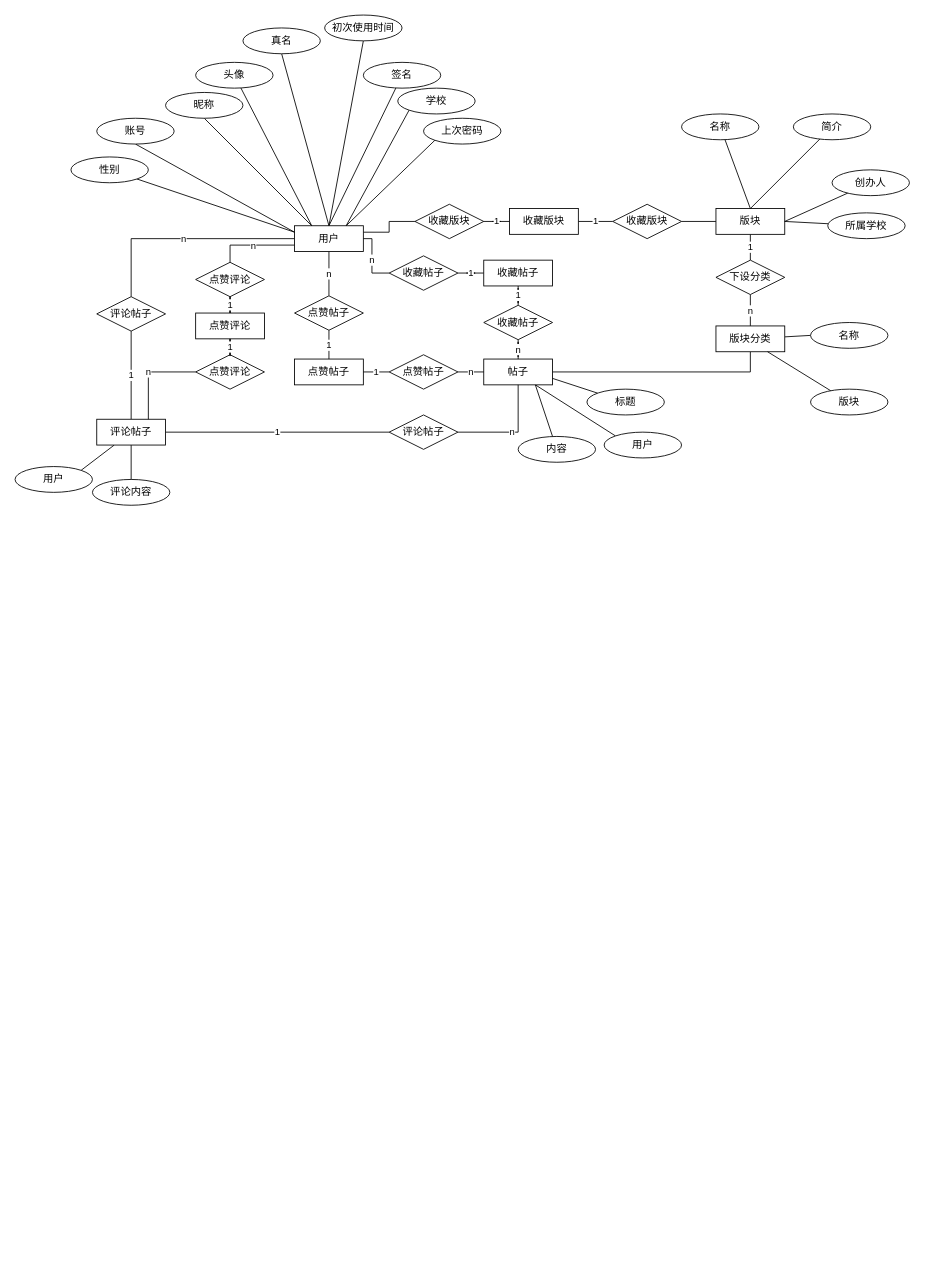
This is public/ER图.drawio from CodeMonkeyJeffGT/youBack, a draw.io file, before an edit. Source tidied: cells renumbered, new cells numbered last; positions are measured from the earlier drawing's top-left corner, leaving out a move shared by most shapes. Both pictures are drawn from the tidied source at 86%, with x=0, y=0 at pixel (15, 15).
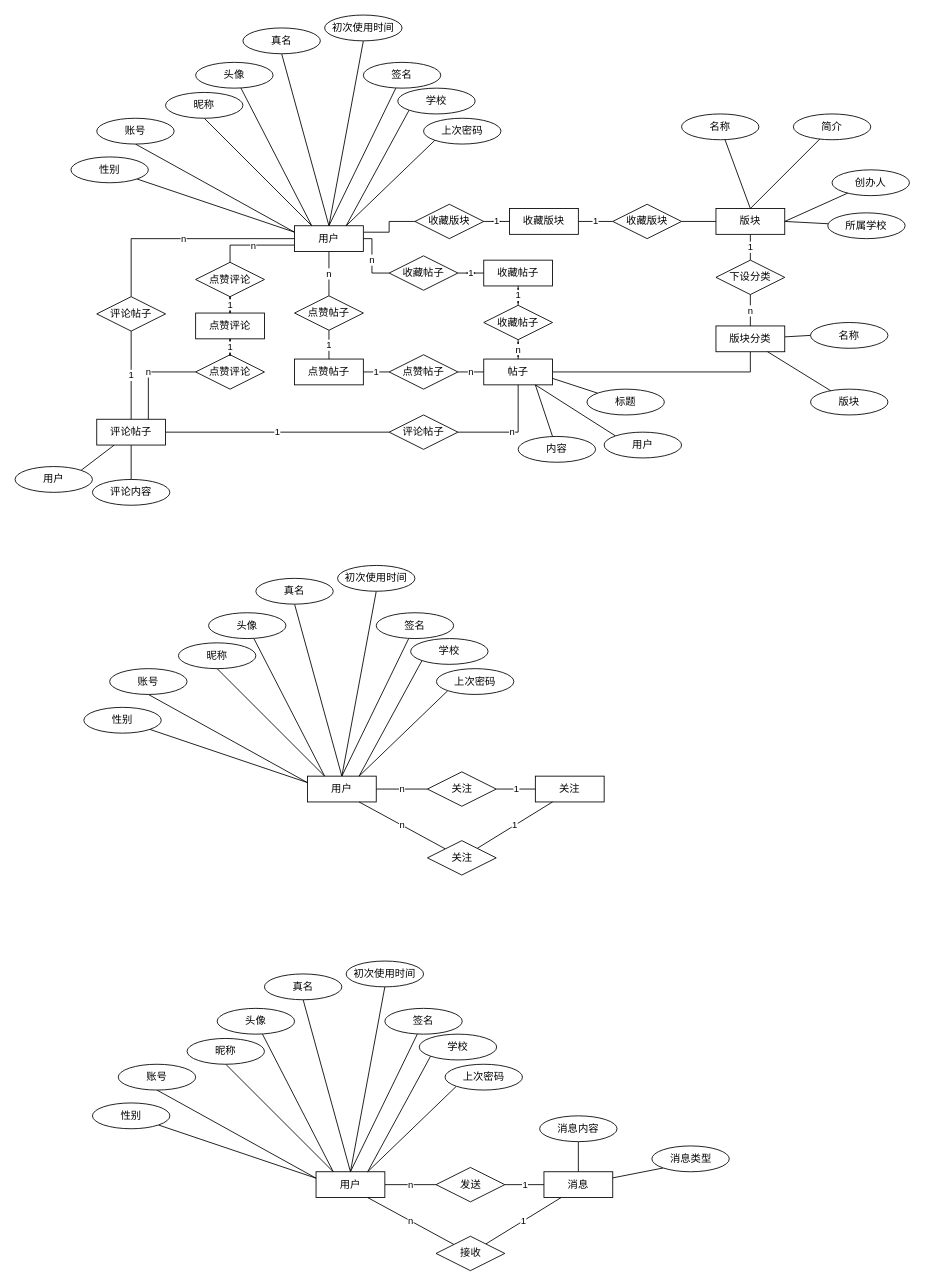
After the change.

Change to the diagram source:
```diff
@@
+    <mxCell id="85" style="rounded=0;jettySize=auto;html=1;exitX=0;exitY=0.25;exitDx=0;exitDy=0;entryX=0.5;entryY=1;entryDx=0;entryDy=0;endArrow=none;endFill=0;strokeColor=#000000;" parent="1" edge="1" source="91" target="92">
+      <mxGeometry relative="1" as="geometry" />
+    </mxCell>
+    <mxCell id="86" style="edgeStyle=none;rounded=0;jettySize=auto;html=1;exitX=0.25;exitY=0;exitDx=0;exitDy=0;entryX=0.5;entryY=1;entryDx=0;entryDy=0;endArrow=none;endFill=0;strokeColor=#000000;" parent="1" edge="1" source="91" target="93">
+      <mxGeometry relative="1" as="geometry" />
+    </mxCell>
+    <mxCell id="87" style="edgeStyle=none;rounded=0;jettySize=auto;html=1;exitX=0.5;exitY=0;exitDx=0;exitDy=0;entryX=0.5;entryY=1;entryDx=0;entryDy=0;endArrow=none;endFill=0;strokeColor=#000000;" parent="1" edge="1" source="91" target="94">
+      <mxGeometry relative="1" as="geometry" />
+    </mxCell>
+    <mxCell id="88" style="edgeStyle=none;rounded=0;jettySize=auto;html=1;exitX=0.75;exitY=0;exitDx=0;exitDy=0;entryX=0;entryY=1;entryDx=0;entryDy=0;endArrow=none;endFill=0;strokeColor=#000000;" parent="1" edge="1" source="91" target="101">
+      <mxGeometry relative="1" as="geometry" />
+    </mxCell>
+    <mxCell id="89" style="edgeStyle=none;rounded=0;jettySize=auto;html=1;exitX=0.5;exitY=0;exitDx=0;exitDy=0;entryX=0.5;entryY=1;entryDx=0;entryDy=0;endArrow=none;endFill=0;strokeColor=#000000;" parent="1" edge="1" source="91" target="104">
+      <mxGeometry relative="1" as="geometry" />
+    </mxCell>
+    <mxCell id="90" value="n" style="edgeStyle=none;rounded=0;jettySize=auto;html=1;entryX=0;entryY=0.5;entryDx=0;entryDy=0;endArrow=none;endFill=0;strokeColor=#000000;" parent="1" edge="1" source="91" target="107">
+      <mxGeometry relative="1" as="geometry" />
+    </mxCell>
+    <mxCell id="91" value="用户" style="rounded=0;whiteSpace=wrap;html=1;" parent="1" vertex="1">
+      <mxGeometry x="340" y="885" width="80" height="30" as="geometry" />
+    </mxCell>
+    <mxCell id="92" value="账号" style="ellipse;whiteSpace=wrap;html=1;" parent="1" vertex="1">
+      <mxGeometry x="110" y="760" width="90" height="30" as="geometry" />
+    </mxCell>
+    <mxCell id="93" value="昵称" style="ellipse;whiteSpace=wrap;html=1;" parent="1" vertex="1">
+      <mxGeometry x="190" y="730" width="90" height="30" as="geometry" />
+    </mxCell>
+    <mxCell id="94" value="真名" style="ellipse;whiteSpace=wrap;html=1;" parent="1" vertex="1">
+      <mxGeometry x="280" y="655" width="90" height="30" as="geometry" />
+    </mxCell>
+    <mxCell id="95" style="edgeStyle=none;rounded=0;jettySize=auto;html=1;entryX=0;entryY=0.25;entryDx=0;entryDy=0;endArrow=none;endFill=0;strokeColor=#000000;" parent="1" edge="1" source="96" target="91">
+      <mxGeometry relative="1" as="geometry" />
+    </mxCell>
+    <mxCell id="96" value="性别" style="ellipse;whiteSpace=wrap;html=1;" parent="1" vertex="1">
+      <mxGeometry x="80" y="805" width="90" height="30" as="geometry" />
+    </mxCell>
+    <mxCell id="97" style="edgeStyle=none;rounded=0;jettySize=auto;html=1;entryX=0.25;entryY=0;entryDx=0;entryDy=0;endArrow=none;endFill=0;strokeColor=#000000;" parent="1" edge="1" source="98" target="91">
+      <mxGeometry relative="1" as="geometry" />
+    </mxCell>
+    <mxCell id="98" value="头像" style="ellipse;whiteSpace=wrap;html=1;" parent="1" vertex="1">
+      <mxGeometry x="225" y="695" width="90" height="30" as="geometry" />
+    </mxCell>
+    <mxCell id="99" style="edgeStyle=none;rounded=0;jettySize=auto;html=1;endArrow=none;endFill=0;strokeColor=#000000;entryX=0.5;entryY=0;entryDx=0;entryDy=0;" parent="1" edge="1" source="100" target="91">
+      <mxGeometry relative="1" as="geometry" />
+    </mxCell>
+    <mxCell id="100" value="签名" style="ellipse;whiteSpace=wrap;html=1;" parent="1" vertex="1">
+      <mxGeometry x="420" y="695" width="90" height="30" as="geometry" />
+    </mxCell>
+    <mxCell id="101" value="学校" style="ellipse;whiteSpace=wrap;html=1;" parent="1" vertex="1">
+      <mxGeometry x="460" y="725" width="90" height="30" as="geometry" />
+    </mxCell>
+    <mxCell id="102" style="edgeStyle=none;rounded=0;jettySize=auto;html=1;exitX=0;exitY=1;exitDx=0;exitDy=0;entryX=0.75;entryY=0;entryDx=0;entryDy=0;endArrow=none;endFill=0;strokeColor=#000000;" parent="1" edge="1" source="103" target="91">
+      <mxGeometry relative="1" as="geometry" />
+    </mxCell>
+    <mxCell id="103" value="上次密码" style="ellipse;whiteSpace=wrap;html=1;" parent="1" vertex="1">
+      <mxGeometry x="490" y="760" width="90" height="30" as="geometry" />
+    </mxCell>
+    <mxCell id="104" value="初次使用时间" style="ellipse;whiteSpace=wrap;html=1;" parent="1" vertex="1">
+      <mxGeometry x="375" y="640" width="90" height="30" as="geometry" />
+    </mxCell>
+    <mxCell id="105" value="关注" style="rounded=0;whiteSpace=wrap;html=1;" parent="1" vertex="1">
+      <mxGeometry x="605" y="885" width="80" height="30" as="geometry" />
+    </mxCell>
+    <mxCell id="106" value="1" style="edgeStyle=none;rounded=0;jettySize=auto;html=1;entryX=0;entryY=0.5;entryDx=0;entryDy=0;endArrow=none;endFill=0;strokeColor=#000000;" parent="1" edge="1" source="107" target="105">
+      <mxGeometry relative="1" as="geometry" />
+    </mxCell>
+    <mxCell id="107" value="关注" style="rhombus;whiteSpace=wrap;html=1;" parent="1" vertex="1">
+      <mxGeometry x="479.5" y="880" width="80" height="40" as="geometry" />
+    </mxCell>
+    <mxCell id="108" value="n" style="edgeStyle=none;rounded=0;jettySize=auto;html=1;entryX=0.75;entryY=1;entryDx=0;entryDy=0;endArrow=none;endFill=0;strokeColor=#000000;" parent="1" edge="1" source="110" target="91">
+      <mxGeometry relative="1" as="geometry" />
+    </mxCell>
+    <mxCell id="109" value="1" style="edgeStyle=none;rounded=0;jettySize=auto;html=1;entryX=0.25;entryY=1;entryDx=0;entryDy=0;endArrow=none;endFill=0;strokeColor=#000000;" parent="1" edge="1" source="110" target="105">
+      <mxGeometry relative="1" as="geometry" />
+    </mxCell>
+    <mxCell id="110" value="关注" style="rhombus;whiteSpace=wrap;html=1;" parent="1" vertex="1">
+      <mxGeometry x="479.5" y="960" width="80" height="40" as="geometry" />
+    </mxCell>
+    <mxCell id="111" style="rounded=0;jettySize=auto;html=1;exitX=0;exitY=0.25;exitDx=0;exitDy=0;entryX=0.5;entryY=1;entryDx=0;entryDy=0;endArrow=none;endFill=0;strokeColor=#000000;" parent="1" edge="1" source="117" target="118">
+      <mxGeometry relative="1" as="geometry" />
+    </mxCell>
+    <mxCell id="112" style="edgeStyle=none;rounded=0;jettySize=auto;html=1;exitX=0.25;exitY=0;exitDx=0;exitDy=0;entryX=0.5;entryY=1;entryDx=0;entryDy=0;endArrow=none;endFill=0;strokeColor=#000000;" parent="1" edge="1" source="117" target="119">
+      <mxGeometry relative="1" as="geometry" />
+    </mxCell>
+    <mxCell id="113" style="edgeStyle=none;rounded=0;jettySize=auto;html=1;exitX=0.5;exitY=0;exitDx=0;exitDy=0;entryX=0.5;entryY=1;entryDx=0;entryDy=0;endArrow=none;endFill=0;strokeColor=#000000;" parent="1" edge="1" source="117" target="120">
+      <mxGeometry relative="1" as="geometry" />
+    </mxCell>
+    <mxCell id="114" style="edgeStyle=none;rounded=0;jettySize=auto;html=1;exitX=0.75;exitY=0;exitDx=0;exitDy=0;entryX=0;entryY=1;entryDx=0;entryDy=0;endArrow=none;endFill=0;strokeColor=#000000;" parent="1" edge="1" source="117" target="127">
+      <mxGeometry relative="1" as="geometry" />
+    </mxCell>
+    <mxCell id="115" style="edgeStyle=none;rounded=0;jettySize=auto;html=1;exitX=0.5;exitY=0;exitDx=0;exitDy=0;entryX=0.5;entryY=1;entryDx=0;entryDy=0;endArrow=none;endFill=0;strokeColor=#000000;" parent="1" edge="1" source="117" target="130">
+      <mxGeometry relative="1" as="geometry" />
+    </mxCell>
+    <mxCell id="116" value="n" style="edgeStyle=none;rounded=0;jettySize=auto;html=1;entryX=0;entryY=0.5;entryDx=0;entryDy=0;endArrow=none;endFill=0;strokeColor=#000000;" parent="1" edge="1" source="117" target="135">
+      <mxGeometry relative="1" as="geometry" />
+    </mxCell>
+    <mxCell id="117" value="用户" style="rounded=0;whiteSpace=wrap;html=1;" parent="1" vertex="1">
+      <mxGeometry x="350" y="1345" width="80" height="30" as="geometry" />
+    </mxCell>
+    <mxCell id="118" value="账号" style="ellipse;whiteSpace=wrap;html=1;" parent="1" vertex="1">
+      <mxGeometry x="120" y="1220" width="90" height="30" as="geometry" />
+    </mxCell>
+    <mxCell id="119" value="昵称" style="ellipse;whiteSpace=wrap;html=1;" parent="1" vertex="1">
+      <mxGeometry x="200" y="1190" width="90" height="30" as="geometry" />
+    </mxCell>
+    <mxCell id="120" value="真名" style="ellipse;whiteSpace=wrap;html=1;" parent="1" vertex="1">
+      <mxGeometry x="290" y="1115" width="90" height="30" as="geometry" />
+    </mxCell>
+    <mxCell id="121" style="edgeStyle=none;rounded=0;jettySize=auto;html=1;entryX=0;entryY=0.25;entryDx=0;entryDy=0;endArrow=none;endFill=0;strokeColor=#000000;" parent="1" edge="1" source="122" target="117">
+      <mxGeometry relative="1" as="geometry" />
+    </mxCell>
+    <mxCell id="122" value="性别" style="ellipse;whiteSpace=wrap;html=1;" parent="1" vertex="1">
+      <mxGeometry x="90" y="1265" width="90" height="30" as="geometry" />
+    </mxCell>
+    <mxCell id="123" style="edgeStyle=none;rounded=0;jettySize=auto;html=1;entryX=0.25;entryY=0;entryDx=0;entryDy=0;endArrow=none;endFill=0;strokeColor=#000000;" parent="1" edge="1" source="124" target="117">
+      <mxGeometry relative="1" as="geometry" />
+    </mxCell>
+    <mxCell id="124" value="头像" style="ellipse;whiteSpace=wrap;html=1;" parent="1" vertex="1">
+      <mxGeometry x="235" y="1155" width="90" height="30" as="geometry" />
+    </mxCell>
+    <mxCell id="125" style="edgeStyle=none;rounded=0;jettySize=auto;html=1;endArrow=none;endFill=0;strokeColor=#000000;entryX=0.5;entryY=0;entryDx=0;entryDy=0;" parent="1" edge="1" source="126" target="117">
+      <mxGeometry relative="1" as="geometry" />
+    </mxCell>
+    <mxCell id="126" value="签名" style="ellipse;whiteSpace=wrap;html=1;" parent="1" vertex="1">
+      <mxGeometry x="430" y="1155" width="90" height="30" as="geometry" />
+    </mxCell>
+    <mxCell id="127" value="学校" style="ellipse;whiteSpace=wrap;html=1;" parent="1" vertex="1">
+      <mxGeometry x="470" y="1185" width="90" height="30" as="geometry" />
+    </mxCell>
+    <mxCell id="128" style="edgeStyle=none;rounded=0;jettySize=auto;html=1;exitX=0;exitY=1;exitDx=0;exitDy=0;entryX=0.75;entryY=0;entryDx=0;entryDy=0;endArrow=none;endFill=0;strokeColor=#000000;" parent="1" edge="1" source="129" target="117">
+      <mxGeometry relative="1" as="geometry" />
+    </mxCell>
+    <mxCell id="129" value="上次密码" style="ellipse;whiteSpace=wrap;html=1;" parent="1" vertex="1">
+      <mxGeometry x="500" y="1220" width="90" height="30" as="geometry" />
+    </mxCell>
+    <mxCell id="130" value="初次使用时间" style="ellipse;whiteSpace=wrap;html=1;" parent="1" vertex="1">
+      <mxGeometry x="385" y="1100" width="90" height="30" as="geometry" />
+    </mxCell>
+    <mxCell id="131" style="edgeStyle=none;rounded=0;jettySize=auto;html=1;entryX=0.5;entryY=1;entryDx=0;entryDy=0;endArrow=none;endFill=0;strokeColor=#000000;" parent="1" edge="1" source="133" target="139">
+      <mxGeometry relative="1" as="geometry" />
+    </mxCell>
+    <mxCell id="132" style="edgeStyle=none;rounded=0;jettySize=auto;html=1;entryX=0;entryY=1;entryDx=0;entryDy=0;endArrow=none;endFill=0;strokeColor=#000000;" parent="1" edge="1" source="133" target="140">
+      <mxGeometry relative="1" as="geometry" />
+    </mxCell>
+    <mxCell id="133" value="消息" style="rounded=0;whiteSpace=wrap;html=1;" parent="1" vertex="1">
+      <mxGeometry x="615" y="1345" width="80" height="30" as="geometry" />
+    </mxCell>
+    <mxCell id="134" value="1" style="edgeStyle=none;rounded=0;jettySize=auto;html=1;entryX=0;entryY=0.5;entryDx=0;entryDy=0;endArrow=none;endFill=0;strokeColor=#000000;" parent="1" edge="1" source="135" target="133">
+      <mxGeometry relative="1" as="geometry" />
+    </mxCell>
+    <mxCell id="135" value="发送" style="rhombus;whiteSpace=wrap;html=1;" parent="1" vertex="1">
+      <mxGeometry x="489.5" y="1340" width="80" height="40" as="geometry" />
+    </mxCell>
+    <mxCell id="136" value="n" style="edgeStyle=none;rounded=0;jettySize=auto;html=1;entryX=0.75;entryY=1;entryDx=0;entryDy=0;endArrow=none;endFill=0;strokeColor=#000000;" parent="1" edge="1" source="138" target="117">
+      <mxGeometry relative="1" as="geometry" />
+    </mxCell>
+    <mxCell id="137" value="1" style="edgeStyle=none;rounded=0;jettySize=auto;html=1;entryX=0.25;entryY=1;entryDx=0;entryDy=0;endArrow=none;endFill=0;strokeColor=#000000;" parent="1" edge="1" source="138" target="133">
+      <mxGeometry relative="1" as="geometry" />
+    </mxCell>
+    <mxCell id="138" value="接收" style="rhombus;whiteSpace=wrap;html=1;" parent="1" vertex="1">
+      <mxGeometry x="489.5" y="1420" width="80" height="40" as="geometry" />
+    </mxCell>
+    <mxCell id="139" value="消息内容" style="ellipse;whiteSpace=wrap;html=1;" parent="1" vertex="1">
+      <mxGeometry x="610" y="1280" width="90" height="30" as="geometry" />
+    </mxCell>
+    <mxCell id="140" value="消息类型" style="ellipse;whiteSpace=wrap;html=1;" parent="1" vertex="1">
+      <mxGeometry x="740.5" y="1315" width="90" height="30" as="geometry" />
+    </mxCell>
```
